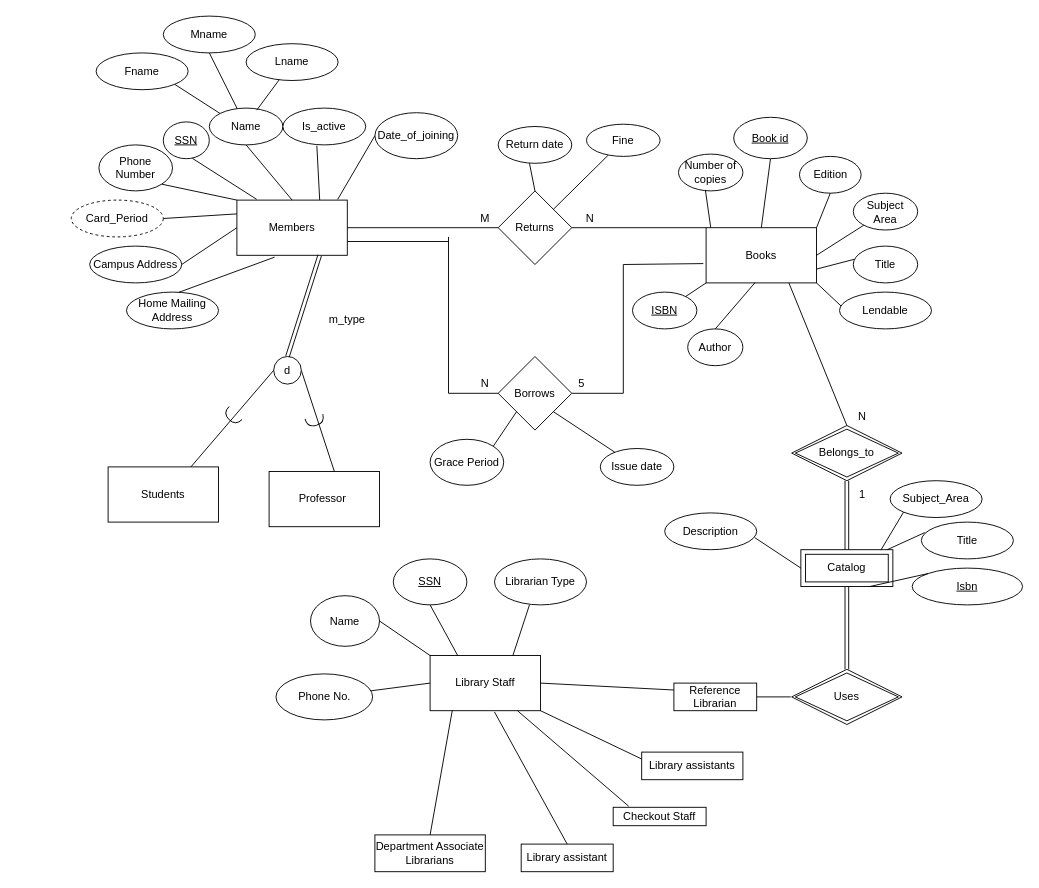
Earlier version of the draw.io diagram er.drawio (aditpatil10/Library-Management-System). Source tidied: cells renumbered, new cells numbered last; positions are measured from the earlier drawing's top-left corner, leaving out a move shared by most shapes. Both pictures are drawn from the tidied source at 92%, with x=0, y=0 at pixel (71, 16).
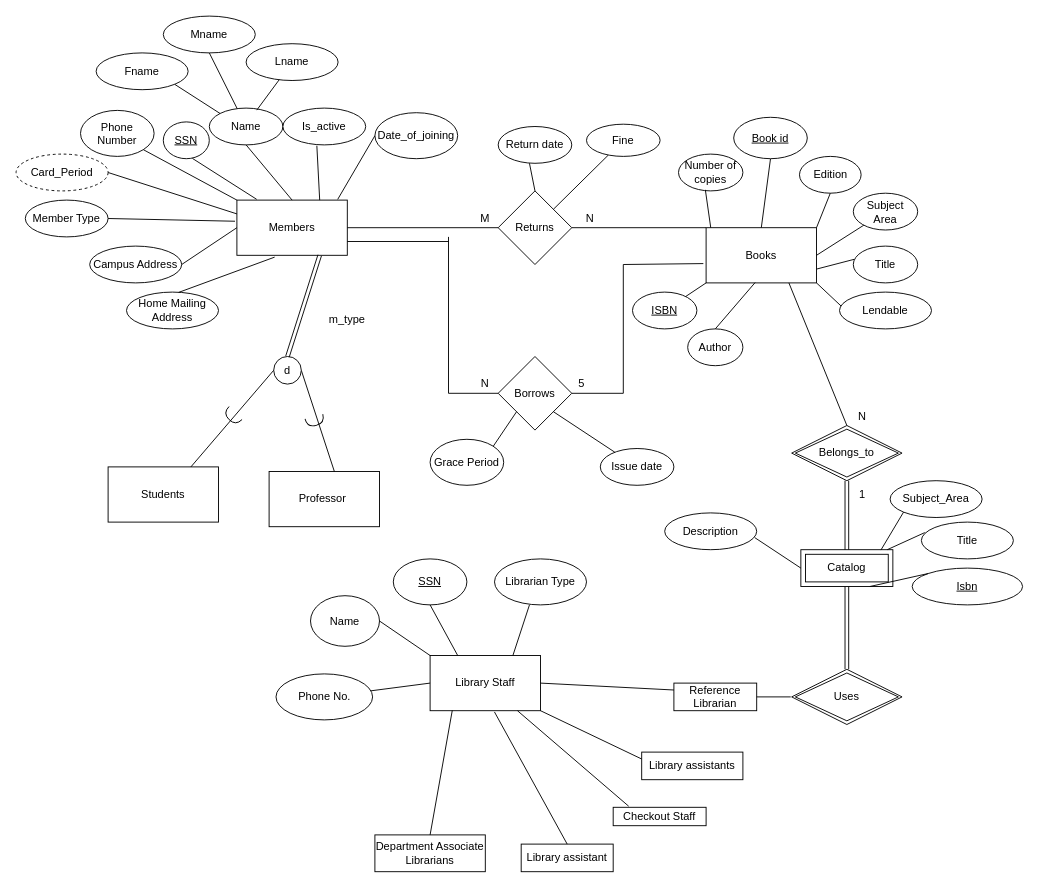
Above is the later version.

Commit message:
Update [Attribute Member type]

Unchanged cells that the change refers to:
```xml
<mxCell id="2" style="rounded=0;whiteSpace=wrap;html=1;" parent="1" vertex="1">
  <mxGeometry x="180" y="200" width="120" height="60" as="geometry" />
</mxCell>
```

The edit, as a diff of the source:
```diff
@@
     <mxCell id="9" value="Phone Number" style="ellipse;whiteSpace=wrap;html=1;" parent="1" vertex="1">
-      <mxGeometry x="30" y="140" width="80" height="50" as="geometry" />
+      <mxGeometry x="10" y="102.5" width="80" height="50" as="geometry" />
     </mxCell>
@@
     <mxCell id="67" value="Card_Period" style="ellipse;whiteSpace=wrap;html=1;align=center;dashed=1;" parent="1" vertex="1">
-      <mxGeometry y="200" width="100" height="40" as="geometry" />
+      <mxGeometry x="-60" y="150" width="100" height="40" as="geometry" />
     </mxCell>
@@
+    <mxCell id="110" value="Member Type" style="ellipse;whiteSpace=wrap;html=1;" parent="1" vertex="1">
+      <mxGeometry x="-50" y="200" width="90" height="40" as="geometry" />
+    </mxCell>
+    <mxCell id="111" style="endArrow=none;html=1;entryX=-0.017;entryY=0.383;entryDx=0;entryDy=0;entryPerimeter=0;exitX=1;exitY=0.5;exitDx=0;exitDy=0;" parent="1" edge="1" source="110" target="2">
+      <mxGeometry relative="1" as="geometry" />
+    </mxCell>
```
